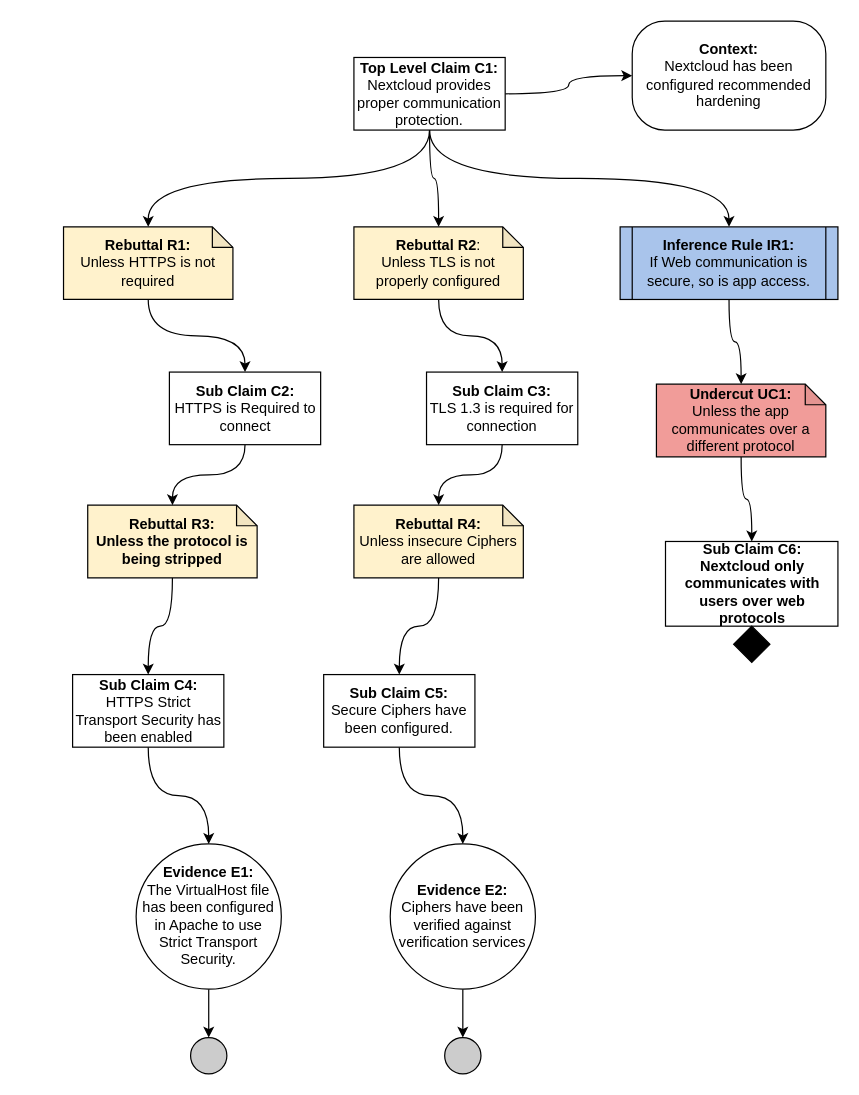
Hinrichsta/FA23-Cyber8420 keeps this draw.io diagram as Assurance Case/Assurance Case - Secure Communication.drawio. Above is the earlier version. Source tidied: cells renumbered, new cells numbered last; positions are measured from the earlier drawing's top-left corner, leaving out a move shared by most shapes. Both pictures are drawn from the tidied source at 121%, with x=0, y=0 at pixel (63, 21).
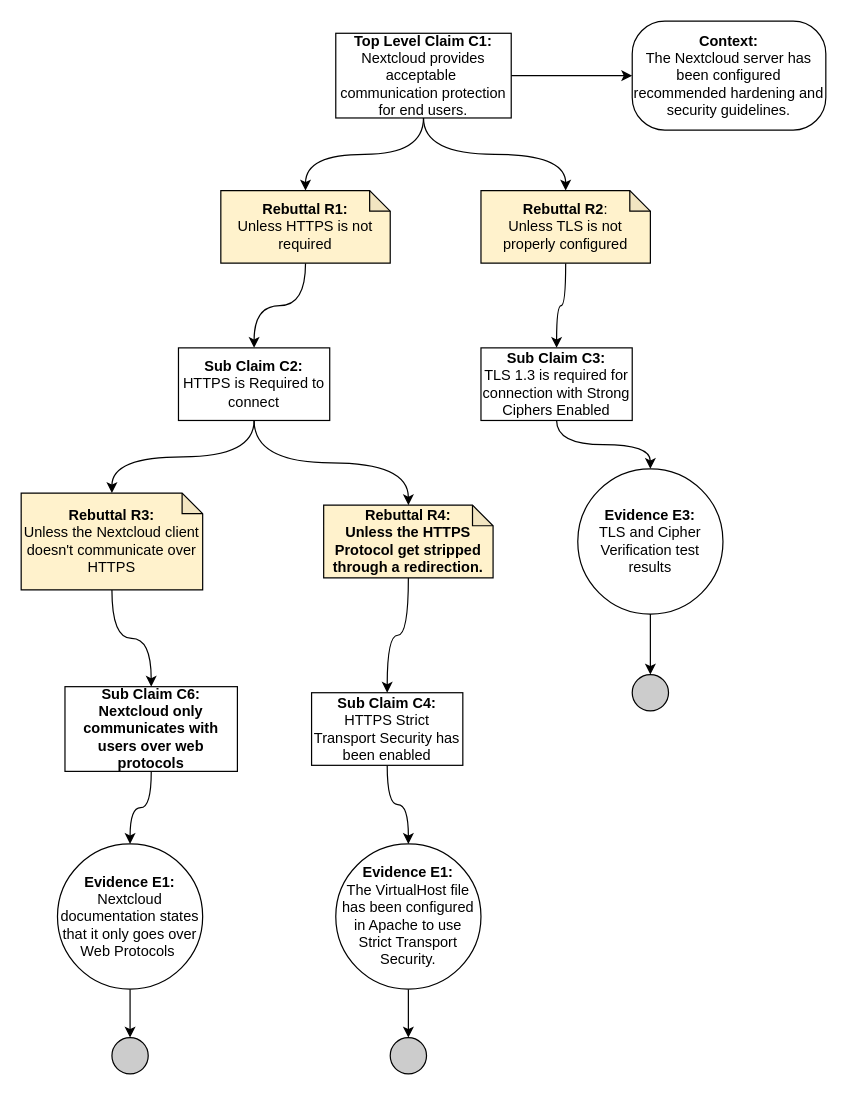
The same diagram, later.

Commit message (it also covers changes not shown here):
Updated Secure Communication with recommendations

Diff of the diagram source:
```diff
@@
-    <mxCell id="5" style="edgeStyle=orthogonalEdgeStyle;rounded=0;jettySize=auto;html=1;curved=1;exitX=0.5;exitY=1;exitDx=0;exitDy=0;" parent="1" edge="1" source="6" target="25">
-      <mxGeometry relative="1" as="geometry" />
-    </mxCell>
-    <mxCell id="6" value="&lt;b&gt;Top Level Claim C1:&lt;/b&gt;&lt;br&gt;Nextcloud provides proper communication protection.&lt;b&gt;&lt;br&gt;&lt;/b&gt;" style="rounded=0;whiteSpace=wrap;html=1;" parent="1" vertex="1">
-      <mxGeometry x="240" y="30" width="125" height="60" as="geometry" />
+    <mxCell id="6" value="&lt;b&gt;Top Level Claim C1:&lt;/b&gt;&lt;br&gt;Nextcloud provides acceptable&amp;nbsp; communication protection for end users.&lt;b&gt;&lt;br&gt;&lt;/b&gt;" style="rounded=0;whiteSpace=wrap;html=1;" parent="1" vertex="1">
+      <mxGeometry x="225" y="10" width="145" height="70" as="geometry" />
     </mxCell>
@@
     <mxCell id="8" value="&lt;b&gt;Rebuttal R1:&lt;/b&gt;&lt;br&gt;Unless HTTPS is not required" style="shape=note;whiteSpace=wrap;html=1;backgroundOutline=1;darkOpacity=0.05;size=17;fillColor=#FFF2CC;" parent="1" vertex="1">
-      <mxGeometry y="170" width="140" height="60" as="geometry" />
+      <mxGeometry x="130" y="140" width="140" height="60" as="geometry" />
     </mxCell>
-    <mxCell id="9" value="&lt;b&gt;Context:&lt;/b&gt;&lt;br&gt;Nextcloud has been configured recommended hardening" style="rounded=1;whiteSpace=wrap;html=1;arcSize=30;" parent="1" vertex="1">
+    <mxCell id="9" value="&lt;b&gt;Context:&lt;/b&gt;&lt;br&gt;The Nextcloud server has been configured recommended hardening and security guidelines." style="rounded=1;whiteSpace=wrap;html=1;arcSize=30;" parent="1" vertex="1">
       <mxGeometry x="470" width="160" height="90" as="geometry" />
     </mxCell>
@@
     <mxCell id="12" value="&lt;b&gt;Rebuttal R2&lt;/b&gt;:&lt;br&gt;Unless TLS is not properly configured" style="shape=note;whiteSpace=wrap;html=1;backgroundOutline=1;darkOpacity=0.05;size=17;fillColor=#FFF2CC;" parent="1" vertex="1">
-      <mxGeometry x="240" y="170" width="140" height="60" as="geometry" />
+      <mxGeometry x="345" y="140" width="140" height="60" as="geometry" />
     </mxCell>
-    <mxCell id="13" style="edgeStyle=orthogonalEdgeStyle;rounded=0;jettySize=auto;html=1;curved=1;exitX=0.5;exitY=1;exitDx=0;exitDy=0;" parent="1" edge="1" source="30" target="15">
+    <mxCell id="13" style="edgeStyle=orthogonalEdgeStyle;rounded=0;jettySize=auto;html=1;curved=1;exitX=0.5;exitY=1;exitDx=0;exitDy=0;entryX=0.5;entryY=0;entryDx=0;entryDy=0;" parent="1" edge="1" source="30" target="20">
       <mxGeometry relative="1" as="geometry" />
     </mxCell>
-    <mxCell id="14" style="edgeStyle=orthogonalEdgeStyle;rounded=0;jettySize=auto;html=1;curved=1;entryX=0.5;entryY=0;entryDx=0;entryDy=0;" parent="1" edge="1" source="15" target="32">
-      <mxGeometry relative="1" as="geometry" />
-    </mxCell>
-    <mxCell id="15" value="&lt;b&gt;Rebuttal R4:&lt;br&gt;&lt;/b&gt;Unless insecure Ciphers are allowed" style="shape=note;whiteSpace=wrap;html=1;backgroundOutline=1;darkOpacity=0.05;size=17;fillColor=#FFF2CC;" parent="1" vertex="1">
-      <mxGeometry x="240" y="400" width="140" height="60" as="geometry" />
-    </mxCell>
@@
-    <mxCell id="17" value="&lt;b&gt;Rebuttal R3:&lt;br&gt;Unless the protocol is being stripped&lt;br&gt;&lt;/b&gt;" style="shape=note;whiteSpace=wrap;html=1;backgroundOutline=1;darkOpacity=0.05;size=17;fillColor=#FFF2CC;" parent="1" vertex="1">
-      <mxGeometry x="20" y="400" width="140" height="60" as="geometry" />
+    <mxCell id="17" value="&lt;b&gt;Rebuttal R4:&lt;br&gt;Unless the HTTPS Protocol get stripped through a redirection.&lt;br&gt;&lt;/b&gt;" style="shape=note;whiteSpace=wrap;html=1;backgroundOutline=1;darkOpacity=0.05;size=17;fillColor=#FFF2CC;" parent="1" vertex="1">
+      <mxGeometry x="215" y="400" width="140" height="60" as="geometry" />
     </mxCell>
-    <mxCell id="18" style="edgeStyle=orthogonalEdgeStyle;rounded=0;jettySize=auto;html=1;entryX=0.5;entryY=0;entryDx=0;entryDy=0;curved=1;exitX=0.5;exitY=1;exitDx=0;exitDy=0;" parent="1" edge="1" source="32" target="20">
-      <mxGeometry relative="1" as="geometry" />
-    </mxCell>
@@
-    <mxCell id="20" value="&lt;b&gt;Evidence E2:&lt;/b&gt;&lt;br&gt;Ciphers have been verified against verification services" style="ellipse;whiteSpace=wrap;html=1;fillColor=#ffffff;rounded=0;" parent="1" vertex="1">
-      <mxGeometry x="270" y="680" width="120" height="120" as="geometry" />
+    <mxCell id="20" value="&lt;b&gt;Evidence E3:&lt;/b&gt;&lt;br&gt;TLS and Cipher Verification test results" style="ellipse;whiteSpace=wrap;html=1;fillColor=#ffffff;rounded=0;" parent="1" vertex="1">
+      <mxGeometry x="425" y="370" width="120" height="120" as="geometry" />
     </mxCell>
@@
     <mxCell id="23" value="&lt;b&gt;Evidence E1:&lt;/b&gt;&lt;br&gt;The VirtualHost file has been configured in Apache to use Strict Transport Security." style="ellipse;whiteSpace=wrap;html=1;fillColor=#ffffff;rounded=0;" parent="1" vertex="1">
-      <mxGeometry x="60" y="680" width="120" height="120" as="geometry" />
+      <mxGeometry x="225" y="680" width="120" height="120" as="geometry" />
     </mxCell>
-    <mxCell id="24" style="edgeStyle=orthogonalEdgeStyle;rounded=0;jettySize=auto;html=1;curved=1;" parent="1" edge="1" source="25" target="27">
-      <mxGeometry relative="1" as="geometry" />
-    </mxCell>
-    <mxCell id="25" value="&lt;b&gt;Inference Rule IR1:&lt;/b&gt;&lt;br&gt;If Web communication is secure, so is app access." style="shape=process;whiteSpace=wrap;html=1;backgroundOutline=1;fillColor=#A9C4EB;size=0.05555555555555555;" parent="1" vertex="1">
-      <mxGeometry x="460" y="170" width="180" height="60" as="geometry" />
-    </mxCell>
-    <mxCell id="26" style="edgeStyle=orthogonalEdgeStyle;rounded=0;jettySize=auto;html=1;curved=1;" parent="1" edge="1" source="27" target="28">
-      <mxGeometry relative="1" as="geometry" />
-    </mxCell>
-    <mxCell id="27" value="&lt;b&gt;Undercut UC1:&lt;/b&gt;&lt;br&gt;Unless the app communicates over a different protocol" style="shape=note;whiteSpace=wrap;html=1;backgroundOutline=1;darkOpacity=0.05;size=17;fillColor=#F19C99;" parent="1" vertex="1">
-      <mxGeometry x="490" y="300" width="140" height="60" as="geometry" />
-    </mxCell>
+    <mxCell id="36" style="edgeStyle=orthogonalEdgeStyle;rounded=0;jettySize=auto;html=1;curved=1;" parent="1" edge="1" source="28" target="41">
+      <mxGeometry relative="1" as="geometry" />
+    </mxCell>
     <mxCell id="28" value="&lt;b&gt;Sub Claim C6:&lt;/b&gt;&lt;br&gt;&lt;b&gt;Nextcloud only communicates with users over web protocols&lt;br&gt;&lt;/b&gt;" style="rounded=0;whiteSpace=wrap;html=1;" parent="1" vertex="1">
-      <mxGeometry x="497.5" y="430" width="142.5" height="70" as="geometry" />
+      <mxGeometry x="1.2" y="550" width="142.5" height="70" as="geometry" />
     </mxCell>
-    <mxCell id="29" style="rhombus;whiteSpace=wrap;html=1;fillColor=#000000;" parent="1" vertex="1">
-      <mxGeometry x="553.8" y="500" width="30" height="30" as="geometry" />
-    </mxCell>
-    <mxCell id="30" value="&lt;b style=&quot;border-color: var(--border-color);&quot;&gt;Sub Claim C3:&lt;/b&gt;&lt;br style=&quot;border-color: var(--border-color);&quot;&gt;TLS 1.3 is required for connection&lt;b&gt;&lt;br&gt;&lt;/b&gt;" style="rounded=0;whiteSpace=wrap;html=1;" parent="1" vertex="1">
-      <mxGeometry x="300" y="290" width="125" height="60" as="geometry" />
+    <mxCell id="30" value="&lt;b style=&quot;border-color: var(--border-color);&quot;&gt;Sub Claim C3:&lt;/b&gt;&lt;br style=&quot;border-color: var(--border-color);&quot;&gt;TLS 1.3 is required for connection with Strong Ciphers Enabled&lt;b&gt;&lt;br&gt;&lt;/b&gt;" style="rounded=0;whiteSpace=wrap;html=1;" parent="1" vertex="1">
+      <mxGeometry x="345" y="270" width="125" height="60" as="geometry" />
     </mxCell>
     <mxCell id="31" value="&lt;b style=&quot;border-color: var(--border-color);&quot;&gt;Sub Claim C2:&lt;/b&gt;&lt;br style=&quot;border-color: var(--border-color);&quot;&gt;HTTPS is Required to connect&lt;b&gt;&lt;br&gt;&lt;/b&gt;" style="rounded=0;whiteSpace=wrap;html=1;" parent="1" vertex="1">
-      <mxGeometry x="87.5" y="290" width="125" height="60" as="geometry" />
+      <mxGeometry x="95" y="270" width="125" height="60" as="geometry" />
     </mxCell>
-    <mxCell id="32" value="&lt;b style=&quot;border-color: var(--border-color);&quot;&gt;Sub Claim C5:&lt;/b&gt;&lt;br style=&quot;border-color: var(--border-color);&quot;&gt;Secure Ciphers have been configured.&lt;b&gt;&lt;br&gt;&lt;/b&gt;" style="rounded=0;whiteSpace=wrap;html=1;" parent="1" vertex="1">
-      <mxGeometry x="215" y="540" width="125" height="60" as="geometry" />
-    </mxCell>
     <mxCell id="33" value="&lt;b style=&quot;border-color: var(--border-color);&quot;&gt;Sub Claim C4:&lt;/b&gt;&lt;br style=&quot;border-color: var(--border-color);&quot;&gt;HTTPS Strict Transport Security has been enabled&lt;b&gt;&lt;br&gt;&lt;/b&gt;" style="rounded=0;whiteSpace=wrap;html=1;" parent="1" vertex="1">
-      <mxGeometry x="7.5" y="540" width="125" height="60" as="geometry" />
+      <mxGeometry x="205" y="555" width="125" height="60" as="geometry" />
     </mxCell>
     <mxCell id="34" style="ellipse;whiteSpace=wrap;html=1;fillColor=#CCCCCC;" parent="1" vertex="1">
-      <mxGeometry x="105" y="840" width="30" height="30" as="geometry" />
+      <mxGeometry x="270" y="840" width="30" height="30" as="geometry" />
     </mxCell>
     <mxCell id="35" style="ellipse;whiteSpace=wrap;html=1;fillColor=#CCCCCC;" parent="1" vertex="1">
-      <mxGeometry x="315" y="840" width="30" height="30" as="geometry" />
+      <mxGeometry x="470" y="540" width="30" height="30" as="geometry" />
     </mxCell>
+    <mxCell id="37" style="edgeStyle=orthogonalEdgeStyle;rounded=0;jettySize=auto;html=1;entryX=0.5;entryY=0;entryDx=0;entryDy=0;curved=1;" parent="1" edge="1" source="38" target="28">
+      <mxGeometry relative="1" as="geometry" />
+    </mxCell>
+    <mxCell id="38" value="&lt;b&gt;Rebuttal R3:&lt;/b&gt;&lt;br&gt;Unless the Nextcloud client doesn't communicate over HTTPS" style="shape=note;whiteSpace=wrap;html=1;backgroundOutline=1;darkOpacity=0.05;size=17;fillColor=#FFF2CC;" parent="1" vertex="1">
+      <mxGeometry x="-35" y="390" width="150" height="80" as="geometry" />
+    </mxCell>
+    <mxCell id="39" style="edgeStyle=orthogonalEdgeStyle;rounded=0;jettySize=auto;html=1;entryX=0.5;entryY=0;entryDx=0;entryDy=0;entryPerimeter=0;curved=1;" parent="1" edge="1" source="31" target="38">
+      <mxGeometry relative="1" as="geometry" />
+    </mxCell>
+    <mxCell id="40" style="edgeStyle=orthogonalEdgeStyle;rounded=0;jettySize=auto;html=1;entryX=0.5;entryY=0;entryDx=0;entryDy=0;" parent="1" edge="1" source="41" target="42">
+      <mxGeometry relative="1" as="geometry" />
+    </mxCell>
+    <mxCell id="41" value="&lt;b&gt;Evidence E1:&lt;/b&gt;&lt;br&gt;Nextcloud documentation states that it only goes over Web Protocols&amp;nbsp;" style="ellipse;whiteSpace=wrap;html=1;fillColor=#ffffff;rounded=0;" parent="1" vertex="1">
+      <mxGeometry x="-5" y="680" width="120" height="120" as="geometry" />
+    </mxCell>
+    <mxCell id="42" style="ellipse;whiteSpace=wrap;html=1;fillColor=#CCCCCC;" parent="1" vertex="1">
+      <mxGeometry x="40" y="840" width="30" height="30" as="geometry" />
+    </mxCell>
```
